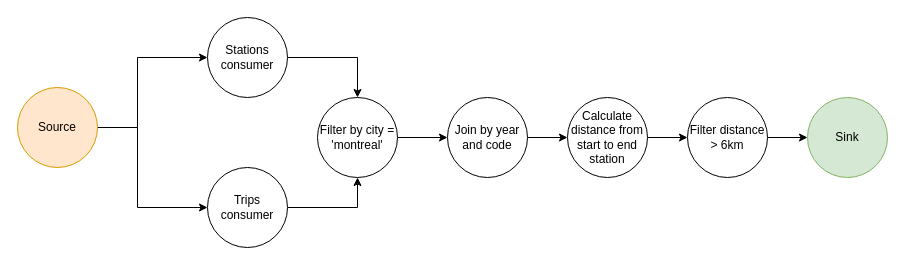
leogm99/tp3-bike-rides-analyzer keeps this draw.io diagram as docs/dag_average_station_distance.drawio. Above is the earlier version. Source tidied: cells renumbered, new cells numbered last; positions are measured from the earlier drawing's top-left corner, leaving out a move shared by most shapes. Both pictures are drawn from the tidied source at 100%, with x=0, y=0 at pixel (17, 17).
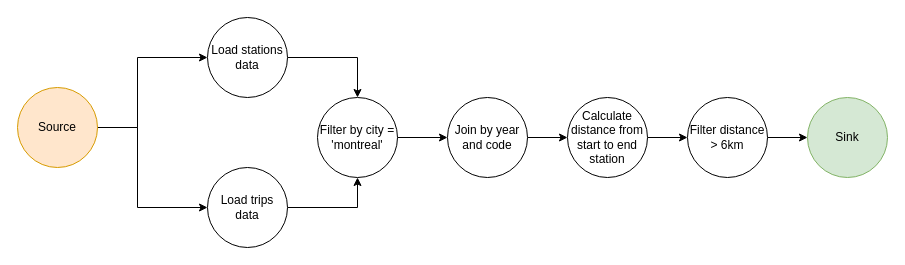
After the change.

Change to the diagram source:
```diff
@@
-    <mxCell id="6" value="Stations consumer" style="ellipse;whiteSpace=wrap;html=1;" parent="1" vertex="1">
+    <mxCell id="6" value="Load stations data" style="ellipse;whiteSpace=wrap;html=1;" parent="1" vertex="1">
       <mxGeometry x="190" width="80" height="80" as="geometry" />
     </mxCell>
@@
-    <mxCell id="8" value="Trips consumer" style="ellipse;whiteSpace=wrap;html=1;" parent="1" vertex="1">
+    <mxCell id="8" value="Load trips data" style="ellipse;whiteSpace=wrap;html=1;" parent="1" vertex="1">
       <mxGeometry x="190" y="150" width="80" height="80" as="geometry" />
     </mxCell>
```
